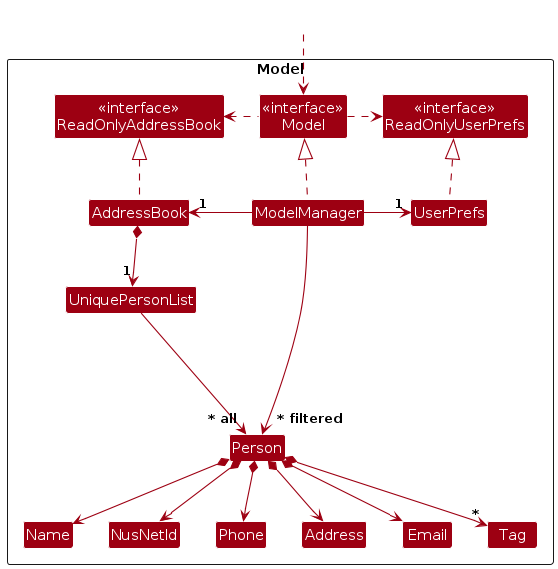
The PlantUML diagram diagrams/ModelClassDiagram.png in AY2324S2-CS2103T-F13-1/tp, before a commit. Its source is kept beside it as diagrams/ModelClassDiagram.puml.
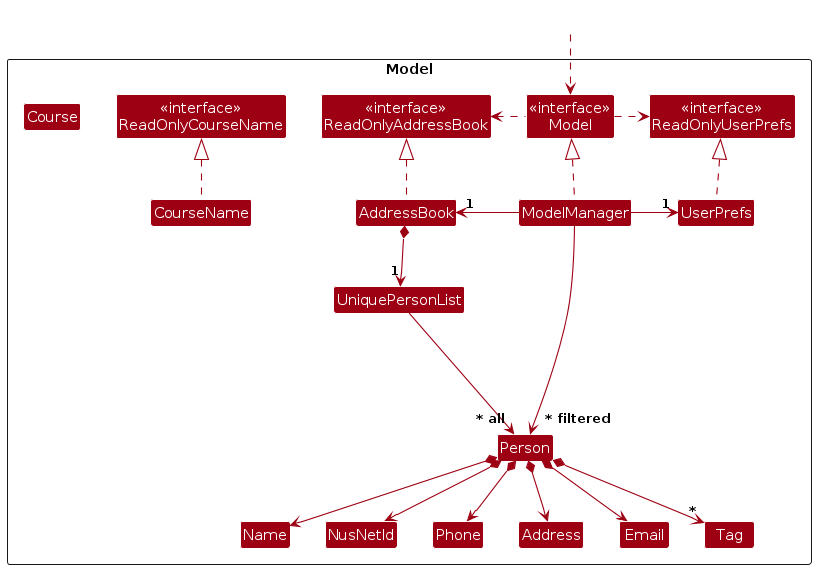
The same file after the commit.

Change to the diagram source:
```diff
@@ -7,10 +7,12 @@
 Package Model as ModelPackage <<Rectangle>>{
 Class "<<interface>>\nReadOnlyAddressBook" as ReadOnlyAddressBook
 Class "<<interface>>\nReadOnlyUserPrefs" as ReadOnlyUserPrefs
+Class "<<interface>>\nReadOnlyCourseName" as ReadOnlyCourseName
 Class "<<interface>>\nModel" as Model
 Class AddressBook
 Class ModelManager
 Class UserPrefs
+Class CourseName
 
 Class UniquePersonList
 Class Person
@@ -20,6 +22,7 @@
 Class Name
 Class Phone
 Class Tag
+Class Course
 
 Class I #FFFFFF
 }
@@ -28,6 +31,7 @@
 HiddenOutside ..> Model
 
 AddressBook .up.|> ReadOnlyAddressBook
+CourseName .up.|> ReadOnlyCourseName
 
 ModelManager .up.|> Model
 Model .right.> ReadOnlyUserPrefs
```
